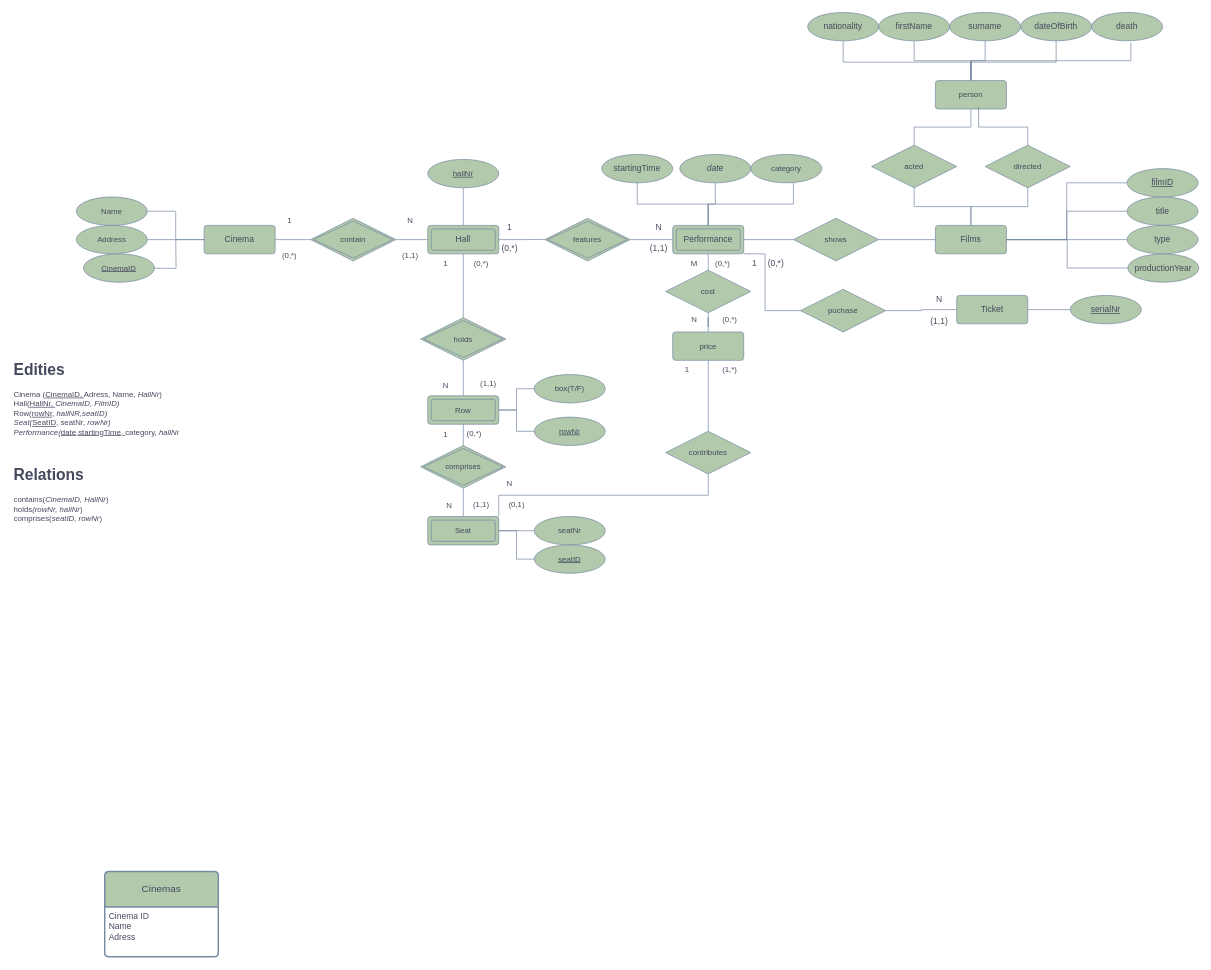
IP2312/Database keeps this draw.io diagram as Cinema.drawio. Above is the earlier version. Source tidied: cells renumbered, new cells numbered last; positions are measured from the earlier drawing's top-left corner, leaving out a move shared by most shapes. Both pictures are drawn from the tidied source at 71%, with x=0, y=0 at pixel (12, 12).
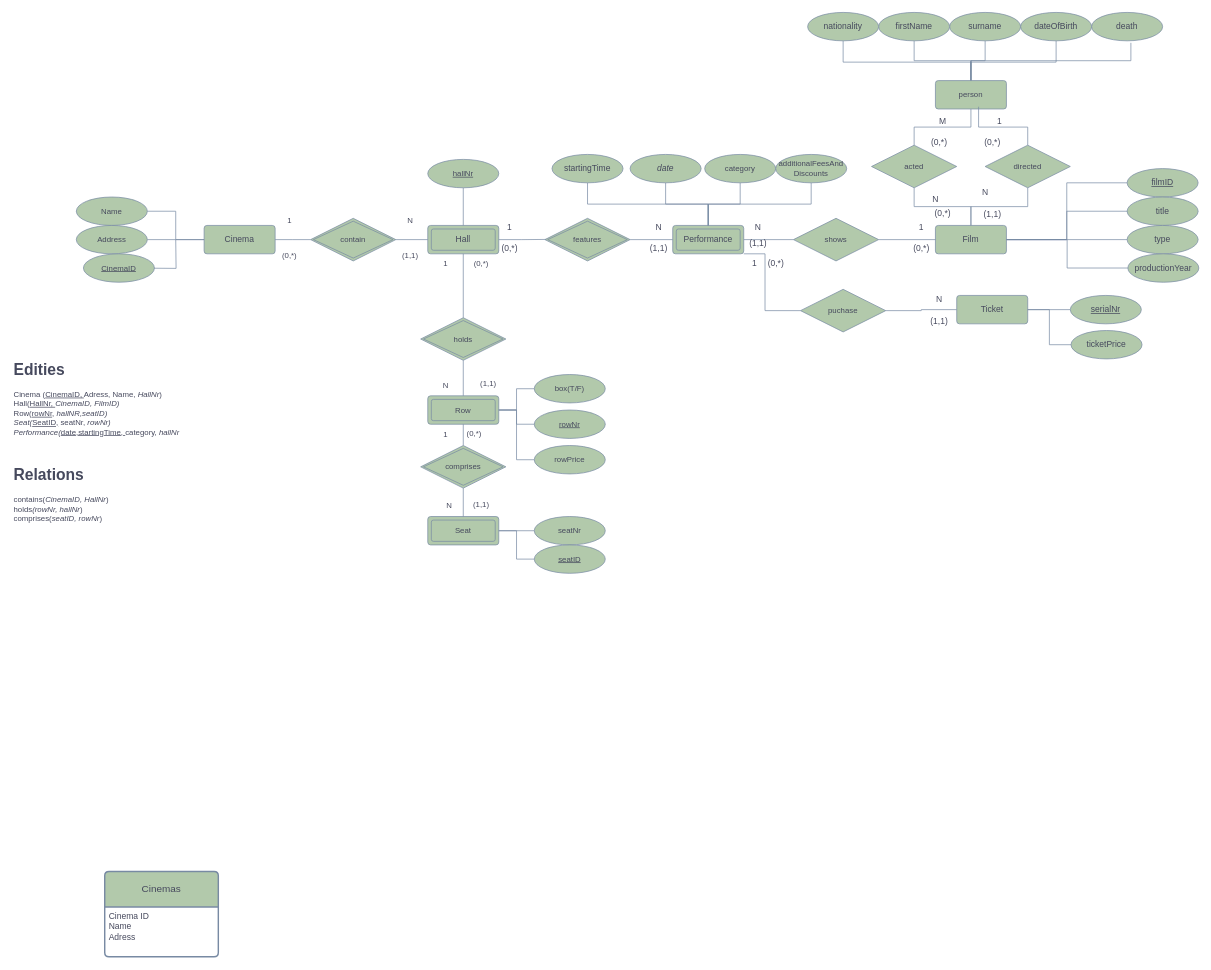
The same diagram, later.

Unchanged cells that the change refers to:
```xml
<mxCell id="14" value="Row" style="rounded=1;arcSize=10;whiteSpace=wrap;html=1;align=center;strokeColor=#788AA3;fontFamily=Helvetica;fontSize=11;fontColor=#46495D;labelBackgroundColor=none;fillColor=#B2C9AB;shape=ext;margin=3;double=1;" parent="1" vertex="1">
  <mxGeometry x="585" y="540" width="100" height="40" as="geometry" />
</mxCell>
<mxCell id="15" value="Ticket" style="rounded=1;arcSize=10;whiteSpace=wrap;html=1;align=center;strokeColor=#788AA3;fontColor=#46495D;fillColor=#B2C9AB;labelBackgroundColor=none;" parent="1" vertex="1">
  <mxGeometry x="1330" y="398.6" width="100" height="40" as="geometry" />
</mxCell>
<mxCell id="41" value="Performance" style="rounded=1;arcSize=10;whiteSpace=wrap;html=1;align=center;strokeColor=#788AA3;fontColor=#46495D;fillColor=#B2C9AB;labelBackgroundColor=none;shape=ext;margin=3;double=1;" parent="1" vertex="1">
  <mxGeometry x="930" y="300" width="100" height="40" as="geometry" />
</mxCell>
<mxCell id="48" value="Seat" style="rounded=1;arcSize=10;whiteSpace=wrap;html=1;align=center;strokeColor=#788AA3;fontFamily=Helvetica;fontSize=11;fontColor=#46495D;labelBackgroundColor=none;fillColor=#B2C9AB;shape=ext;margin=3;double=1;" parent="1" vertex="1">
  <mxGeometry x="585" y="710" width="100" height="40" as="geometry" />
</mxCell>
```

Change to the diagram source:
```diff
@@
-    <mxCell id="10" value="Films" style="rounded=1;arcSize=10;whiteSpace=wrap;html=1;align=center;strokeColor=#788AA3;fontColor=#46495D;fillColor=#B2C9AB;labelBackgroundColor=none;" parent="1" vertex="1">
+    <mxCell id="10" value="Film" style="rounded=1;arcSize=10;whiteSpace=wrap;html=1;align=center;strokeColor=#788AA3;fontColor=#46495D;fillColor=#B2C9AB;labelBackgroundColor=none;" parent="1" vertex="1">
       <mxGeometry x="1300" y="300" width="100" height="40" as="geometry" />
     </mxCell>
@@
     <mxCell id="54" value="&lt;i&gt;date&lt;/i&gt;" style="ellipse;whiteSpace=wrap;html=1;align=center;labelBackgroundColor=none;fillColor=#B2C9AB;strokeColor=#788AA3;fontColor=#46495D;" parent="1" vertex="1">
-      <mxGeometry x="940" y="200" width="100" height="40" as="geometry" />
+      <mxGeometry x="870" y="200" width="100" height="40" as="geometry" />
     </mxCell>
@@
     <mxCell id="56" value="startingTime" style="ellipse;whiteSpace=wrap;html=1;align=center;labelBackgroundColor=none;fillColor=#B2C9AB;strokeColor=#788AA3;fontColor=#46495D;" parent="1" vertex="1">
-      <mxGeometry x="830" y="200" width="100" height="40" as="geometry" />
+      <mxGeometry x="760" y="200" width="100" height="40" as="geometry" />
     </mxCell>
@@
-    <mxCell id="59" style="edgeStyle=orthogonalEdgeStyle;shape=connector;rounded=0;jettySize=auto;html=1;strokeColor=#788AA3;align=center;verticalAlign=middle;fontFamily=Helvetica;fontSize=11;fontColor=default;labelBackgroundColor=none;startFill=0;endArrow=none;fillColor=#B2C9AB;" parent="1" edge="1" source="87">
-      <mxGeometry relative="1" as="geometry">
-        <mxPoint x="980" y="340" as="targetPoint" />
-      </mxGeometry>
-    </mxCell>
-    <mxCell id="60" style="edgeStyle=orthogonalEdgeStyle;shape=connector;rounded=0;jettySize=auto;html=1;entryX=0.5;entryY=1;entryDx=0;entryDy=0;strokeColor=#788AA3;align=center;verticalAlign=middle;fontFamily=Helvetica;fontSize=11;fontColor=default;labelBackgroundColor=none;startFill=0;endArrow=none;fillColor=#B2C9AB;" parent="1" edge="1" source="61" target="87">
-      <mxGeometry relative="1" as="geometry" />
-    </mxCell>
-    <mxCell id="61" value="price" style="whiteSpace=wrap;html=1;align=center;strokeColor=#788AA3;fontFamily=Helvetica;fontSize=11;fontColor=#46495D;labelBackgroundColor=none;fillColor=#B2C9AB;rounded=1;arcSize=10;" parent="1" vertex="1">
-      <mxGeometry x="930" y="450" width="100" height="40" as="geometry" />
-    </mxCell>
@@
     <mxCell id="72" value="&lt;u&gt;rowNr&lt;/u&gt;" style="ellipse;whiteSpace=wrap;html=1;align=center;strokeColor=#788AA3;fontFamily=Helvetica;fontSize=11;fontColor=#46495D;labelBackgroundColor=none;fillColor=#B2C9AB;" parent="1" vertex="1">
-      <mxGeometry x="735" y="570" width="100" height="40" as="geometry" />
+      <mxGeometry x="735" y="560" width="100" height="40" as="geometry" />
     </mxCell>
@@
-    <mxCell id="81" style="edgeStyle=orthogonalEdgeStyle;shape=connector;rounded=0;jettySize=auto;html=1;entryX=0.5;entryY=0;entryDx=0;entryDy=0;strokeColor=#788AA3;align=center;verticalAlign=middle;fontFamily=Helvetica;fontSize=11;fontColor=default;labelBackgroundColor=none;startFill=0;endArrow=none;fillColor=#B2C9AB;" parent="1" edge="1" source="82" target="41">
+    <mxCell id="81" style="edgeStyle=orthogonalEdgeStyle;shape=connector;rounded=0;jettySize=auto;html=1;entryX=0.5;entryY=0;entryDx=0;entryDy=0;strokeColor=#788AA3;align=center;verticalAlign=middle;fontFamily=Helvetica;fontSize=11;fontColor=default;labelBackgroundColor=none;startFill=0;endArrow=none;fillColor=#B2C9AB;exitX=0.5;exitY=1;exitDx=0;exitDy=0;" parent="1" edge="1" source="82" target="41">
       <mxGeometry relative="1" as="geometry">
         <Array as="points">
-          <mxPoint x="1100" y="270" />
+          <mxPoint x="1025" y="270" />
           <mxPoint x="980" y="270" />
         </Array>
       </mxGeometry>
     </mxCell>
     <mxCell id="82" value="category" style="ellipse;whiteSpace=wrap;html=1;align=center;strokeColor=#788AA3;fontFamily=Helvetica;fontSize=11;fontColor=#46495D;labelBackgroundColor=none;fillColor=#B2C9AB;" parent="1" vertex="1">
-      <mxGeometry x="1040" y="200" width="100" height="40" as="geometry" />
+      <mxGeometry x="975" y="200" width="100" height="40" as="geometry" />
     </mxCell>
@@
-    <mxCell id="87" value="cost" style="shape=rhombus;perimeter=rhombusPerimeter;whiteSpace=wrap;html=1;align=center;strokeColor=#788AA3;fontFamily=Helvetica;fontSize=11;fontColor=#46495D;labelBackgroundColor=none;fillColor=#B2C9AB;" parent="1" vertex="1">
-      <mxGeometry x="920" y="363" width="120" height="60" as="geometry" />
-    </mxCell>
@@
-    <mxCell id="95" style="edgeStyle=orthogonalEdgeStyle;shape=connector;rounded=0;jettySize=auto;html=1;exitX=1;exitY=0;exitDx=0;exitDy=0;strokeColor=#788AA3;align=center;verticalAlign=middle;fontFamily=Helvetica;fontSize=11;fontColor=default;labelBackgroundColor=none;startFill=0;endArrow=none;fillColor=#B2C9AB;entryX=0.5;entryY=1;entryDx=0;entryDy=0;" parent="1" edge="1" source="48" target="97">
-      <mxGeometry relative="1" as="geometry" />
-    </mxCell>
-    <mxCell id="96" style="edgeStyle=orthogonalEdgeStyle;shape=connector;rounded=0;jettySize=auto;html=1;exitX=0.5;exitY=0;exitDx=0;exitDy=0;entryX=0.5;entryY=1;entryDx=0;entryDy=0;strokeColor=#788AA3;align=center;verticalAlign=middle;fontFamily=Helvetica;fontSize=11;fontColor=default;labelBackgroundColor=none;startFill=0;endArrow=none;fillColor=#B2C9AB;" parent="1" edge="1" source="97" target="61">
-      <mxGeometry relative="1" as="geometry" />
-    </mxCell>
-    <mxCell id="97" value="contributes" style="shape=rhombus;perimeter=rhombusPerimeter;whiteSpace=wrap;html=1;align=center;strokeColor=#788AA3;fontFamily=Helvetica;fontSize=11;fontColor=#46495D;labelBackgroundColor=none;fillColor=#B2C9AB;" parent="1" vertex="1">
-      <mxGeometry x="920" y="590" width="120" height="60" as="geometry" />
-    </mxCell>
-    <mxCell id="98" value="1" style="text;html=1;align=center;verticalAlign=middle;strokeColor=none;fillColor=none;fontFamily=Helvetica;fontSize=11;fontColor=#46495D;labelBackgroundColor=none;" parent="1" vertex="1">
-      <mxGeometry x="935" y="488" width="30" height="30" as="geometry" />
-    </mxCell>
-    <mxCell id="99" value="N" style="text;html=1;align=center;verticalAlign=middle;strokeColor=none;fillColor=none;fontFamily=Helvetica;fontSize=11;fontColor=#46495D;labelBackgroundColor=none;" parent="1" vertex="1">
-      <mxGeometry x="685" y="648" width="30" height="30" as="geometry" />
-    </mxCell>
-    <mxCell id="100" value="(0,1)" style="text;html=1;align=center;verticalAlign=middle;strokeColor=none;fillColor=none;fontFamily=Helvetica;fontSize=11;fontColor=#46495D;labelBackgroundColor=none;" parent="1" vertex="1">
-      <mxGeometry x="685" y="678" width="50" height="30" as="geometry" />
-    </mxCell>
-    <mxCell id="101" value="(1,*)" style="text;html=1;align=center;verticalAlign=middle;strokeColor=none;fillColor=none;fontFamily=Helvetica;fontSize=11;fontColor=#46495D;labelBackgroundColor=none;" parent="1" vertex="1">
-      <mxGeometry x="990" y="488" width="40" height="30" as="geometry" />
-    </mxCell>
-    <mxCell id="102" value="N" style="text;html=1;align=center;verticalAlign=middle;strokeColor=none;fillColor=none;fontFamily=Helvetica;fontSize=11;fontColor=#46495D;labelBackgroundColor=none;" parent="1" vertex="1">
-      <mxGeometry x="945" y="418" width="30" height="30" as="geometry" />
-    </mxCell>
-    <mxCell id="103" value="M" style="text;html=1;align=center;verticalAlign=middle;strokeColor=none;fillColor=none;fontFamily=Helvetica;fontSize=11;fontColor=#46495D;labelBackgroundColor=none;" parent="1" vertex="1">
-      <mxGeometry x="945" y="338" width="30" height="30" as="geometry" />
-    </mxCell>
-    <mxCell id="104" value="(0,*)" style="text;html=1;align=center;verticalAlign=middle;strokeColor=none;fillColor=none;fontFamily=Helvetica;fontSize=11;fontColor=#46495D;labelBackgroundColor=none;" parent="1" vertex="1">
-      <mxGeometry x="980" y="338" width="40" height="30" as="geometry" />
-    </mxCell>
-    <mxCell id="105" value="(0,*)" style="text;html=1;align=center;verticalAlign=middle;strokeColor=none;fillColor=none;fontFamily=Helvetica;fontSize=11;fontColor=#46495D;labelBackgroundColor=none;" parent="1" vertex="1">
-      <mxGeometry x="990" y="418" width="40" height="30" as="geometry" />
-    </mxCell>
@@
+    <mxCell id="114" value="1" style="text;html=1;align=center;verticalAlign=middle;strokeColor=none;fillColor=none;fontColor=#46495D;" parent="1" vertex="1">
+      <mxGeometry x="1265" y="288" width="30" height="30" as="geometry" />
+    </mxCell>
+    <mxCell id="115" value="N" style="text;html=1;align=center;verticalAlign=middle;strokeColor=none;fillColor=none;fontColor=#46495D;" parent="1" vertex="1">
+      <mxGeometry x="1035" y="288" width="30" height="30" as="geometry" />
+    </mxCell>
+    <mxCell id="116" value="(1,1)" style="text;html=1;align=center;verticalAlign=middle;strokeColor=none;fillColor=none;fontColor=#46495D;" parent="1" vertex="1">
+      <mxGeometry x="1025" y="310" width="50" height="30" as="geometry" />
+    </mxCell>
+    <mxCell id="117" value="(0,*)" style="text;html=1;align=center;verticalAlign=middle;strokeColor=none;fillColor=none;fontColor=#46495D;" parent="1" vertex="1">
+      <mxGeometry x="1255" y="318" width="50" height="30" as="geometry" />
+    </mxCell>
+    <mxCell id="118" value="N" style="text;html=1;align=center;verticalAlign=middle;strokeColor=none;fillColor=none;fontColor=#46495D;" parent="1" vertex="1">
+      <mxGeometry x="1285" y="248" width="30" height="30" as="geometry" />
+    </mxCell>
+    <mxCell id="103" value="M" style="text;html=1;align=center;verticalAlign=middle;strokeColor=none;fillColor=none;fontColor=#46495D;" parent="1" vertex="1">
+      <mxGeometry x="1295" y="138" width="30" height="30" as="geometry" />
+    </mxCell>
+    <mxCell id="119" value="N" style="text;html=1;align=center;verticalAlign=middle;strokeColor=none;fillColor=none;fontColor=#46495D;" parent="1" vertex="1">
+      <mxGeometry x="1355" y="238" width="30" height="30" as="geometry" />
+    </mxCell>
+    <mxCell id="120" value="1" style="text;html=1;align=center;verticalAlign=middle;strokeColor=none;fillColor=none;fontColor=#46495D;" parent="1" vertex="1">
+      <mxGeometry x="1375" y="138" width="30" height="30" as="geometry" />
+    </mxCell>
+    <mxCell id="121" value="(0,*)" style="text;html=1;align=center;verticalAlign=middle;strokeColor=none;fillColor=none;fontColor=#46495D;" parent="1" vertex="1">
+      <mxGeometry x="1280" y="168" width="50" height="30" as="geometry" />
+    </mxCell>
+    <mxCell id="122" value="(0,*)" style="text;html=1;align=center;verticalAlign=middle;strokeColor=none;fillColor=none;fontColor=#46495D;" parent="1" vertex="1">
+      <mxGeometry x="1285" y="268" width="50" height="30" as="geometry" />
+    </mxCell>
+    <mxCell id="123" value="(0,*)" style="text;html=1;align=center;verticalAlign=middle;strokeColor=none;fillColor=none;fontColor=#46495D;" parent="1" vertex="1">
+      <mxGeometry x="1355" y="168" width="50" height="30" as="geometry" />
+    </mxCell>
+    <mxCell id="124" value="(1,1)" style="text;html=1;align=center;verticalAlign=middle;strokeColor=none;fillColor=none;fontColor=#46495D;" parent="1" vertex="1">
+      <mxGeometry x="1355" y="270" width="50" height="30" as="geometry" />
+    </mxCell>
+    <mxCell id="125" style="edgeStyle=orthogonalEdgeStyle;shape=connector;rounded=0;jettySize=auto;html=1;entryX=1;entryY=0.5;entryDx=0;entryDy=0;strokeColor=#788AA3;align=center;verticalAlign=middle;fontFamily=Helvetica;fontSize=11;fontColor=default;labelBackgroundColor=none;startFill=0;endArrow=none;fillColor=#B2C9AB;" parent="1" edge="1" source="126" target="15">
+      <mxGeometry relative="1" as="geometry" />
+    </mxCell>
+    <mxCell id="126" value="ticketPrice" style="ellipse;whiteSpace=wrap;html=1;align=center;labelBackgroundColor=none;fillColor=#B2C9AB;strokeColor=#788AA3;fontColor=#46495D;" parent="1" vertex="1">
+      <mxGeometry x="1491" y="448" width="100" height="40" as="geometry" />
+    </mxCell>
+    <mxCell id="127" style="edgeStyle=orthogonalEdgeStyle;rounded=0;jettySize=auto;html=1;entryX=1;entryY=0.5;entryDx=0;entryDy=0;strokeColor=#788AA3;fontColor=#46495D;fillColor=#B2C9AB;endArrow=none;startFill=0;" parent="1" edge="1" source="128" target="14">
+      <mxGeometry relative="1" as="geometry" />
+    </mxCell>
+    <mxCell id="128" value="rowPrice" style="ellipse;whiteSpace=wrap;html=1;align=center;strokeColor=#788AA3;fontFamily=Helvetica;fontSize=11;fontColor=#46495D;labelBackgroundColor=none;fillColor=#B2C9AB;" parent="1" vertex="1">
+      <mxGeometry x="735" y="610" width="100" height="40" as="geometry" />
+    </mxCell>
+    <mxCell id="129" style="edgeStyle=orthogonalEdgeStyle;shape=connector;rounded=0;jettySize=auto;html=1;entryX=0.5;entryY=0;entryDx=0;entryDy=0;strokeColor=#788AA3;align=center;verticalAlign=middle;fontFamily=Helvetica;fontSize=11;fontColor=default;labelBackgroundColor=none;startFill=0;endArrow=none;fillColor=#B2C9AB;" parent="1" edge="1" source="130" target="41">
+      <mxGeometry relative="1" as="geometry">
+        <Array as="points">
+          <mxPoint x="1125" y="270" />
+          <mxPoint x="980" y="270" />
+        </Array>
+      </mxGeometry>
+    </mxCell>
+    <mxCell id="130" value="additionalFeesAnd Discounts" style="ellipse;whiteSpace=wrap;html=1;align=center;strokeColor=#788AA3;fontFamily=Helvetica;fontSize=11;fontColor=#46495D;labelBackgroundColor=none;fillColor=#B2C9AB;" parent="1" vertex="1">
+      <mxGeometry x="1075" y="200" width="100" height="40" as="geometry" />
+    </mxCell>
```
